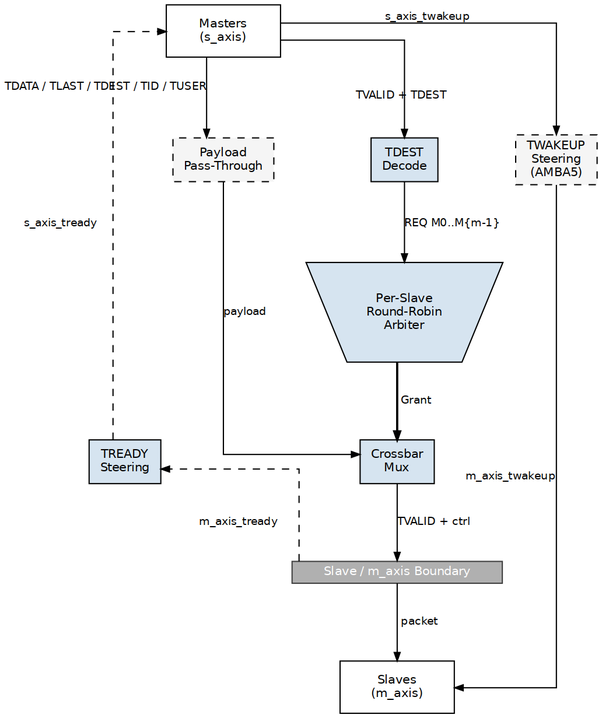
Before: projects/components/fabric-gen-ip/delta/docs/delta_has/assets/graphviz/delta_has_block_diagram.png, a diagram exported from Graphviz (sean-galloway/RTLDesignSherpa). Its source is kept beside it as projects/components/fabric-gen-ip/delta/docs/delta_has/assets/graphviz/delta_has_block_diagram.dot. Source of this version:
```dot
digraph delta_has_block_diagram {
  graph [rankdir=TB, bgcolor="white", fontname="Helvetica", fontsize=11,
         nodesep="0.45", ranksep="0.75", splines=ortho];
  node  [fontname="Helvetica", fontsize=10, shape=box, style=filled,
         fillcolor="#D6E4F0", color="black", margin="0.12,0.06"];
  edge  [fontname="Helvetica", fontsize=9, color="black", arrowsize=0.7];

  MASTERS [label="Masters\n(s_axis)", fillcolor="white", width=1.3, height=0.6];
  SLAVES  [label="Slaves\n(m_axis)", fillcolor="white", width=1.3, height=0.6];

  DECODE [label="TDEST\nDecode", shape=box];
  ARB [label="Per-Slave\nRound-Robin\nArbiter", shape=invtrapezium,
       width=1.9, height=0.55, fillcolor="#D6E4F0"];
  MUX [label="Crossbar\nMux", shape=box];

  BOUNDARY [label="Slave / m_axis Boundary", shape=box,
            fillcolor="#B0B0B0", color="#404040", fontcolor="white",
            width=2.4, height=0.25, style=filled, margin="0.05,0.02"];

  PAYLOAD [label="Payload\nPass-Through", shape=box,
           style="dashed,filled", fillcolor="#F5F5F5"];

  READY [label="TREADY\nSteering", shape=box, fillcolor="#D6E4F0"];

  WAKEUP [label="TWAKEUP\nSteering\n(AMBA5)", shape=box,
          style="dashed,filled", fillcolor="#F5F5F5"];

  { rank=same; MASTERS; }
  { rank=same; PAYLOAD; DECODE; WAKEUP; }
  { rank=same; ARB; }
  { rank=same; MUX; READY; }
  { rank=same; BOUNDARY; }
  { rank=same; SLAVES; }

  MASTERS -> DECODE [label="TVALID + TDEST"];
  DECODE -> ARB      [label="REQ M0..M{m-1}", weight=2];
  ARB -> MUX         [label="Grant", penwidth=1.8, weight=2];
  MUX -> BOUNDARY    [label="TVALID + ctrl", weight=2];
  BOUNDARY -> SLAVES [label=" packet", weight=2];

  MASTERS -> PAYLOAD [xlabel="TDATA / TLAST / TDEST / TID / TUSER"];
  PAYLOAD -> MUX     [label="payload"];

  BOUNDARY -> READY [style=dashed, label="m_axis_tready"];
  READY -> MASTERS  [style=dashed, label="s_axis_tready"];

  MASTERS -> WAKEUP [xlabel="s_axis_twakeup"];
  WAKEUP -> SLAVES  [xlabel="m_axis_twakeup"];

  MASTERS -> PAYLOAD [style=invis, weight=1];
  PAYLOAD -> READY   [style=invis, weight=1];
  DECODE -> WAKEUP   [style=invis, weight=1];
}
```
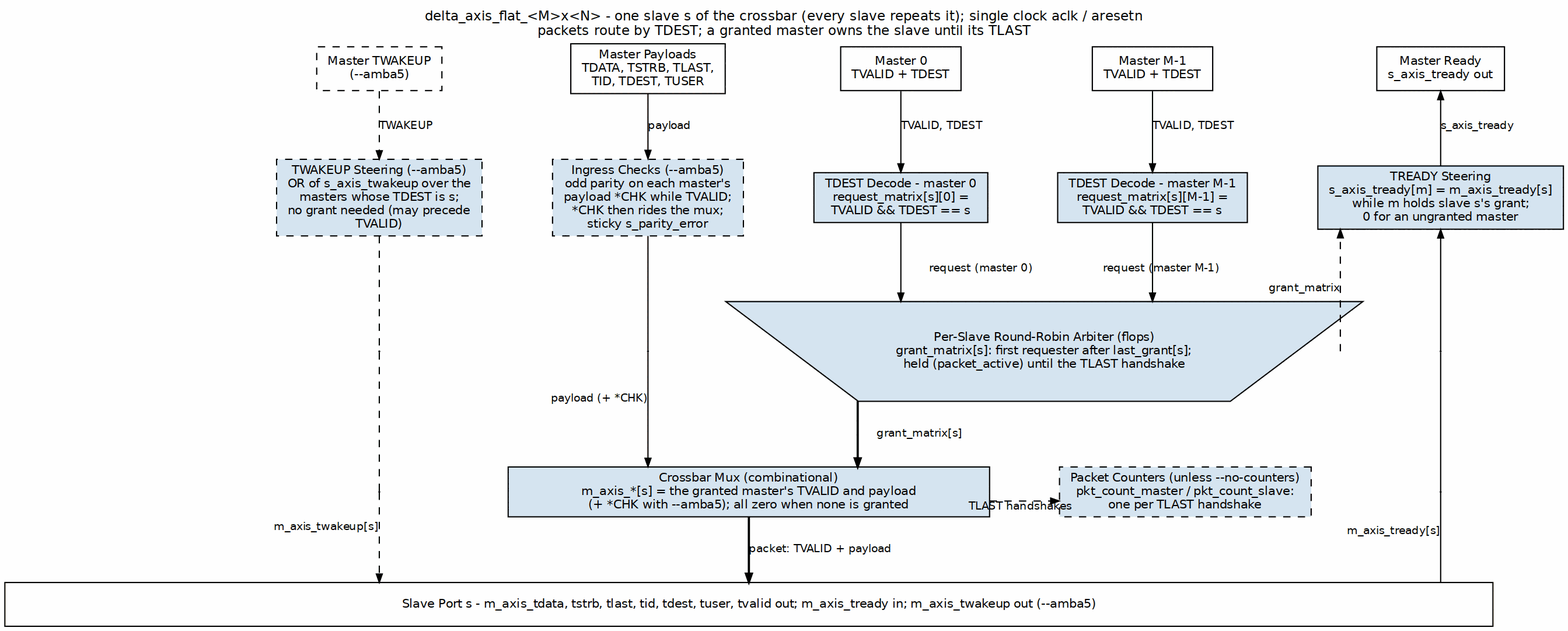
After the commit.

Change to the diagram source:
```diff
@@ -1,53 +1,66 @@
 digraph delta_has_block_diagram {
-  graph [rankdir=TB, bgcolor="white", fontname="Helvetica", fontsize=11,
-         nodesep="0.45", ranksep="0.75", splines=ortho];
-  node  [fontname="Helvetica", fontsize=10, shape=box, style=filled,
-         fillcolor="#D6E4F0", color="black", margin="0.12,0.06"];
-  edge  [fontname="Helvetica", fontsize=9, color="black", arrowsize=0.7];
+    graph [rankdir=TB, bgcolor="white", fontname="Helvetica", fontsize=11,
+           nodesep="0.40", ranksep="0.60", splines=ortho, labelloc=t,
+           label="delta_axis_flat_<M>x<N> - one slave s of the crossbar (every slave repeats it); single clock aclk / aresetn\npackets route by TDEST; a granted master owns the slave until its TLAST"];
+    node  [fontname="Helvetica", fontsize=10, shape=box, style=filled,
+           fillcolor="#D6E4F0", color="black", margin="0.12,0.06"];
+    edge  [fontname="Helvetica", fontsize=9, color="black", arrowsize=0.7];
 
-  MASTERS [label="Masters\n(s_axis)", fillcolor="white", width=1.3, height=0.6];
-  SLAVES  [label="Slaves\n(m_axis)", fillcolor="white", width=1.3, height=0.6];
+    pwk [label="Master TWAKEUP\n(--amba5)", fillcolor="white", style="filled,dashed", group=W];
+    pp  [group=P, label="Master Payloads\nTDATA, TSTRB, TLAST,\nTID, TDEST, TUSER", fillcolor="white"];
+    p0  [label="Master 0\nTVALID + TDEST", fillcolor="white"];
+    pn  [label="Master M-1\nTVALID + TDEST", fillcolor="white"];
+    pr  [group=R, label="Master Ready\ns_axis_tready out", fillcolor="white"];
+    { rank=same; pwk; pp; p0; pn; pr; }
+    pwk -> pp -> p0 -> pn -> pr [style=invis];
 
-  DECODE [label="TDEST\nDecode", shape=box];
-  ARB [label="Per-Slave\nRound-Robin\nArbiter", shape=invtrapezium,
-       width=1.9, height=0.55, fillcolor="#D6E4F0"];
-  MUX [label="Crossbar\nMux", shape=box];
+    wk  [group=W, label="TWAKEUP Steering (--amba5)\nOR of s_axis_twakeup over the\nmasters whose TDEST is s;\nno grant needed (may precede\nTVALID)", style="filled,dashed"];
+    chk [group=P, label="Ingress Checks (--amba5)\nodd parity on each master's\npayload *CHK while TVALID;\n*CHK then rides the mux;\nsticky s_parity_error", style="filled,dashed"];
+    d0  [label="TDEST Decode - master 0\nrequest_matrix[s][0] =\nTVALID && TDEST == s"];
+    dn  [label="TDEST Decode - master M-1\nrequest_matrix[s][M-1] =\nTVALID && TDEST == s"];
+    rdy [group=R, label="TREADY Steering\ns_axis_tready[m] = m_axis_tready[s]\nwhile m holds slave s's grant;\n0 for an ungranted master"];
+    { rank=same; wk; chk; d0; dn; rdy; }
+    wk -> chk -> d0 -> dn -> rdy [style=invis];
 
-  BOUNDARY [label="Slave / m_axis Boundary", shape=box,
-            fillcolor="#B0B0B0", color="#404040", fontcolor="white",
-            width=2.4, height=0.25, style=filled, margin="0.05,0.02"];
+    pwk2 [shape=point, width=0.01, label="", group=W];
+    pp2  [shape=point, width=0.01, label="", group=P];
+    arb [label="Per-Slave Round-Robin Arbiter (flops)\ngrant_matrix[s]: first requester after last_grant[s];\nheld (packet_active) until the TLAST handshake",
+         shape=invtrapezium, width=6.2, height=0.7];
+    pr2  [shape=point, width=0.01, label="", group=R];
+    { rank=same; pwk2; pp2; arb; pr2; }
+    pwk2 -> pp2 -> arb -> pr2 [style=invis];
 
-  PAYLOAD [label="Payload\nPass-Through", shape=box,
-           style="dashed,filled", fillcolor="#F5F5F5"];
+    pwk3 [shape=point, width=0.01, label="", group=W];
+    mux [label="Crossbar Mux (combinational)\nm_axis_*[s] = the granted master's TVALID and payload\n(+ *CHK with --amba5); all zero when none is granted", width=5.5];
+    pr3  [shape=point, width=0.01, label="", group=R];
+    { rank=same; pwk3; mux; cnt; pr3; }
+    pwk3 -> mux -> cnt -> pr3 [style=invis];
 
-  READY [label="TREADY\nSteering", shape=box, fillcolor="#D6E4F0"];
+    cnt [label="Packet Counters (unless --no-counters)\npkt_count_master / pkt_count_slave:\none per TLAST handshake", style="filled,dashed"];
 
-  WAKEUP [label="TWAKEUP\nSteering\n(AMBA5)", shape=box,
-          style="dashed,filled", fillcolor="#F5F5F5"];
+    bar [label="Slave Port s - m_axis_tdata, tstrb, tlast, tid, tdest, tuser, tvalid out; m_axis_tready in; m_axis_twakeup out (--amba5)",
+         fillcolor="white", width=17];
 
-  { rank=same; MASTERS; }
-  { rank=same; PAYLOAD; DECODE; WAKEUP; }
-  { rank=same; ARB; }
-  { rank=same; MUX; READY; }
-  { rank=same; BOUNDARY; }
-  { rank=same; SLAVES; }
+    pwk -> wk [label="TWAKEUP", style=dashed];
+    wk -> pwk2 [dir=none, style=dashed];
+    pwk2 -> pwk3 [dir=none, style=dashed];
+    pwk3 -> bar [xlabel="m_axis_twakeup[s]", style=dashed];
 
-  MASTERS -> DECODE [label="TVALID + TDEST"];
-  DECODE -> ARB      [label="REQ M0..M{m-1}", weight=2];
-  ARB -> MUX         [label="Grant", penwidth=1.8, weight=2];
-  MUX -> BOUNDARY    [label="TVALID + ctrl", weight=2];
-  BOUNDARY -> SLAVES [label=" packet", weight=2];
+    pp -> chk [label="payload"];
+    chk -> pp2 [dir=none];
+    pp2 -> mux [xlabel="payload (+ *CHK)"];
 
-  MASTERS -> PAYLOAD [xlabel="TDATA / TLAST / TDEST / TID / TUSER"];
-  PAYLOAD -> MUX     [label="payload"];
+    p0 -> d0 [label="TVALID, TDEST"];
+    pn -> dn [label="TVALID, TDEST"];
+    d0 -> arb [label="request (master 0)"];
+    dn -> arb [label="request (master M-1)"];
+    arb -> mux [label="grant_matrix[s]", penwidth=1.8];
+    mux -> bar [label="packet: TVALID + payload", penwidth=1.8];
+    mux -> cnt [style=dashed, xlabel="TLAST handshakes"];
 
-  BOUNDARY -> READY [style=dashed, label="m_axis_tready"];
-  READY -> MASTERS  [style=dashed, label="s_axis_tready"];
-
-  MASTERS -> WAKEUP [xlabel="s_axis_twakeup"];
-  WAKEUP -> SLAVES  [xlabel="m_axis_twakeup"];
-
-  MASTERS -> PAYLOAD [style=invis, weight=1];
-  PAYLOAD -> READY   [style=invis, weight=1];
-  DECODE -> WAKEUP   [style=invis, weight=1];
+    pr -> rdy [dir=back, label="s_axis_tready"];
+    rdy -> pr2 [dir=back];
+    pr2 -> pr3 [dir=none];
+    pr3 -> bar [dir=none, xlabel="m_axis_tready[s]"];
+    arb -> rdy [style=dashed, xlabel="grant_matrix"];
 }
```
